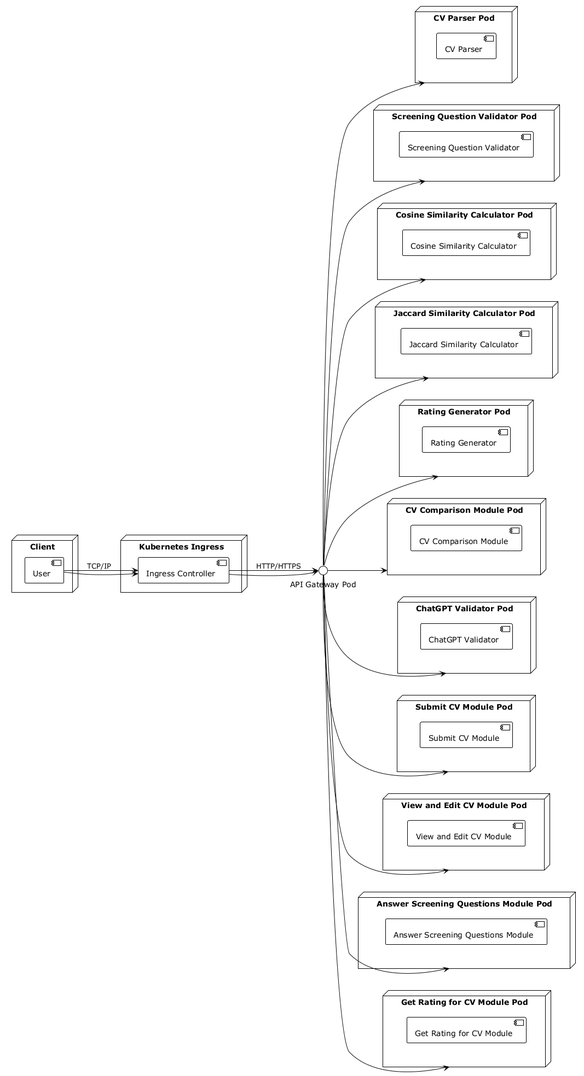
Before: data/outputs/deployment_view.png, a diagram exported from PlantUML (hanaAbdelwahab/GPARCHIMIND).
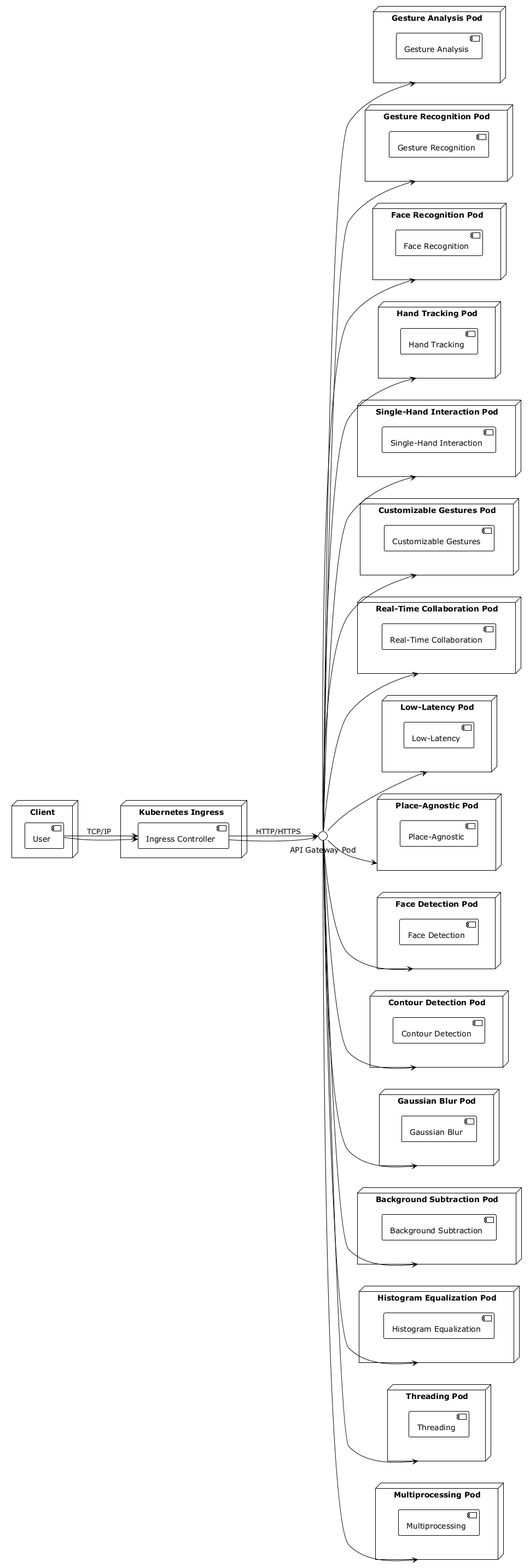
After the commit.

The edit, as a diff of the source:
```diff
@@ -7,52 +7,72 @@
 node "Kubernetes Ingress" {
   component "Ingress Controller"
 }
-node "CV Parser Pod" {
-  component "CV Parser"
+node "Gesture Analysis Pod" {
+  component "Gesture Analysis"
 }
-node "Screening Question Validator Pod" {
-  component "Screening Question Validator"
+node "Gesture Recognition Pod" {
+  component "Gesture Recognition"
 }
-node "Cosine Similarity Calculator Pod" {
-  component "Cosine Similarity Calculator"
+node "Face Recognition Pod" {
+  component "Face Recognition"
 }
-node "Jaccard Similarity Calculator Pod" {
-  component "Jaccard Similarity Calculator"
+node "Hand Tracking Pod" {
+  component "Hand Tracking"
 }
-node "Rating Generator Pod" {
-  component "Rating Generator"
+node "Single-Hand Interaction Pod" {
+  component "Single-Hand Interaction"
 }
-node "CV Comparison Module Pod" {
-  component "CV Comparison Module"
+node "Customizable Gestures Pod" {
+  component "Customizable Gestures"
 }
-node "ChatGPT Validator Pod" {
-  component "ChatGPT Validator"
+node "Real-Time Collaboration Pod" {
+  component "Real-Time Collaboration"
 }
-node "Submit CV Module Pod" {
-  component "Submit CV Module"
+node "Low-Latency Pod" {
+  component "Low-Latency"
 }
-node "View and Edit CV Module Pod" {
-  component "View and Edit CV Module"
+node "Place-Agnostic Pod" {
+  component "Place-Agnostic"
 }
-node "Answer Screening Questions Module Pod" {
-  component "Answer Screening Questions Module"
+node "Face Detection Pod" {
+  component "Face Detection"
 }
-node "Get Rating for CV Module Pod" {
-  component "Get Rating for CV Module"
+node "Contour Detection Pod" {
+  component "Contour Detection"
+}
+node "Gaussian Blur Pod" {
+  component "Gaussian Blur"
+}
+node "Background Subtraction Pod" {
+  component "Background Subtraction"
+}
+node "Histogram Equalization Pod" {
+  component "Histogram Equalization"
+}
+node "Threading Pod" {
+  component "Threading"
+}
+node "Multiprocessing Pod" {
+  component "Multiprocessing"
 }
 "User" --> "Ingress Controller" : TCP/IP
 "Ingress Controller" --> "API Gateway Pod" : HTTP/HTTPS
 "User" --> "Ingress Controller"
 "Ingress Controller" --> "API Gateway Pod"
-"API Gateway Pod" --> "CV Parser Pod"
-"API Gateway Pod" --> "Screening Question Validator Pod"
-"API Gateway Pod" --> "Cosine Similarity Calculator Pod"
-"API Gateway Pod" --> "Jaccard Similarity Calculator Pod"
-"API Gateway Pod" --> "Rating Generator Pod"
-"API Gateway Pod" --> "CV Comparison Module Pod"
-"API Gateway Pod" --> "ChatGPT Validator Pod"
-"API Gateway Pod" --> "Submit CV Module Pod"
-"API Gateway Pod" --> "View and Edit CV Module Pod"
-"API Gateway Pod" --> "Answer Screening Questions Module Pod"
-"API Gateway Pod" --> "Get Rating for CV Module Pod"
+"API Gateway Pod" --> "Gesture Analysis Pod"
+"API Gateway Pod" --> "Gesture Recognition Pod"
+"API Gateway Pod" --> "Face Recognition Pod"
+"API Gateway Pod" --> "Hand Tracking Pod"
+"API Gateway Pod" --> "Single-Hand Interaction Pod"
+"API Gateway Pod" --> "Customizable Gestures Pod"
+"API Gateway Pod" --> "Real-Time Collaboration Pod"
+"API Gateway Pod" --> "Low-Latency Pod"
+"API Gateway Pod" --> "Place-Agnostic Pod"
+"API Gateway Pod" --> "Face Detection Pod"
+"API Gateway Pod" --> "Contour Detection Pod"
+"API Gateway Pod" --> "Gaussian Blur Pod"
+"API Gateway Pod" --> "Background Subtraction Pod"
+"API Gateway Pod" --> "Histogram Equalization Pod"
+"API Gateway Pod" --> "Threading Pod"
+"API Gateway Pod" --> "Multiprocessing Pod"
 @enduml
```
